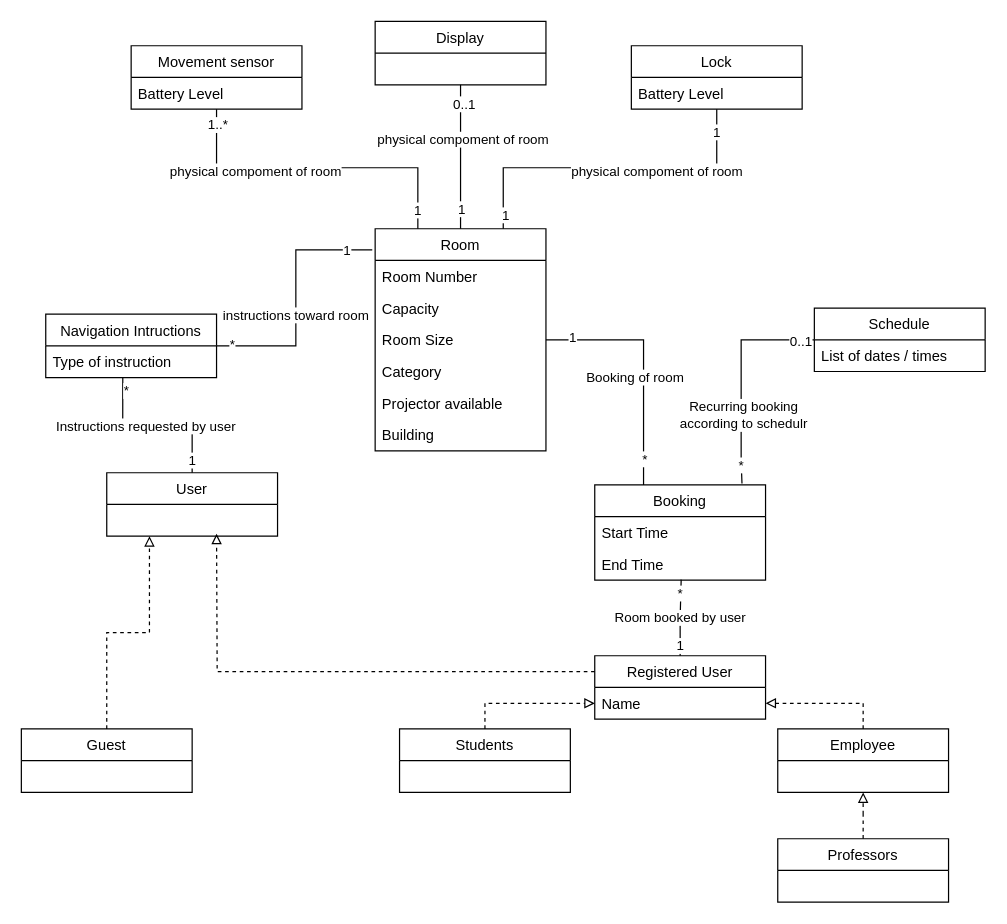
The draw.io diagram Notes/DomainModel.drawio in AkshayChikhalkar/UniversityManagementSystem, before the edit. Source tidied: cells renumbered, new cells numbered last; positions are measured from the earlier drawing's top-left corner, leaving out a move shared by most shapes. Both pictures are drawn from the tidied source at 122%, with x=0, y=0 at pixel (21, 21).
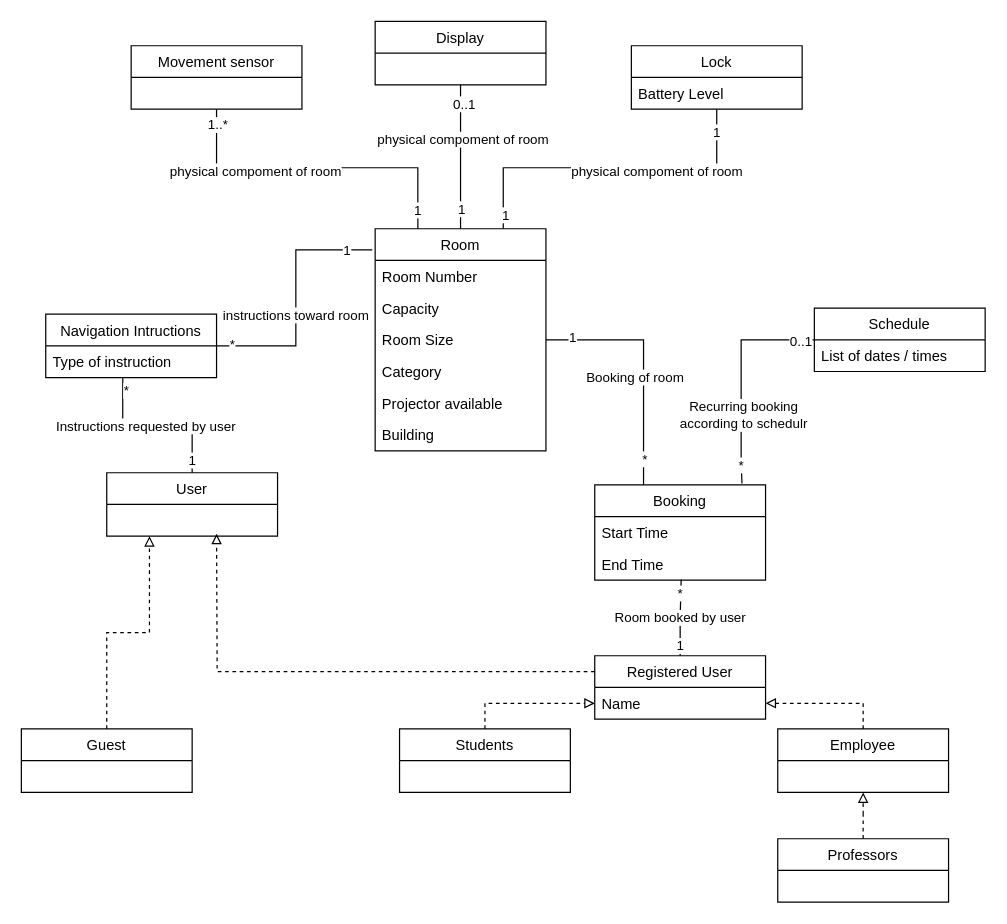
After the change.

Commit message (it also covers changes not shown here):
System architecture

Unchanged cells that the change refers to:
```xml
<mxCell id="44" value="Movement sensor" style="swimlane;fontStyle=0;horizontal=1;startSize=26;fillColor=none;" parent="1" vertex="1">
  <mxGeometry x="90" y="20" width="140" height="52" as="geometry" />
</mxCell>
```

Change to the diagram source:
```diff
@@
-    <mxCell id="45" value="Battery Level" style="text;strokeColor=none;fillColor=none;align=left;verticalAlign=top;spacingLeft=4;spacingRight=4;overflow=hidden;whiteSpace=wrap;html=1;" parent="44" vertex="1">
-      <mxGeometry y="26" width="140" height="26" as="geometry" />
-    </mxCell>
```
